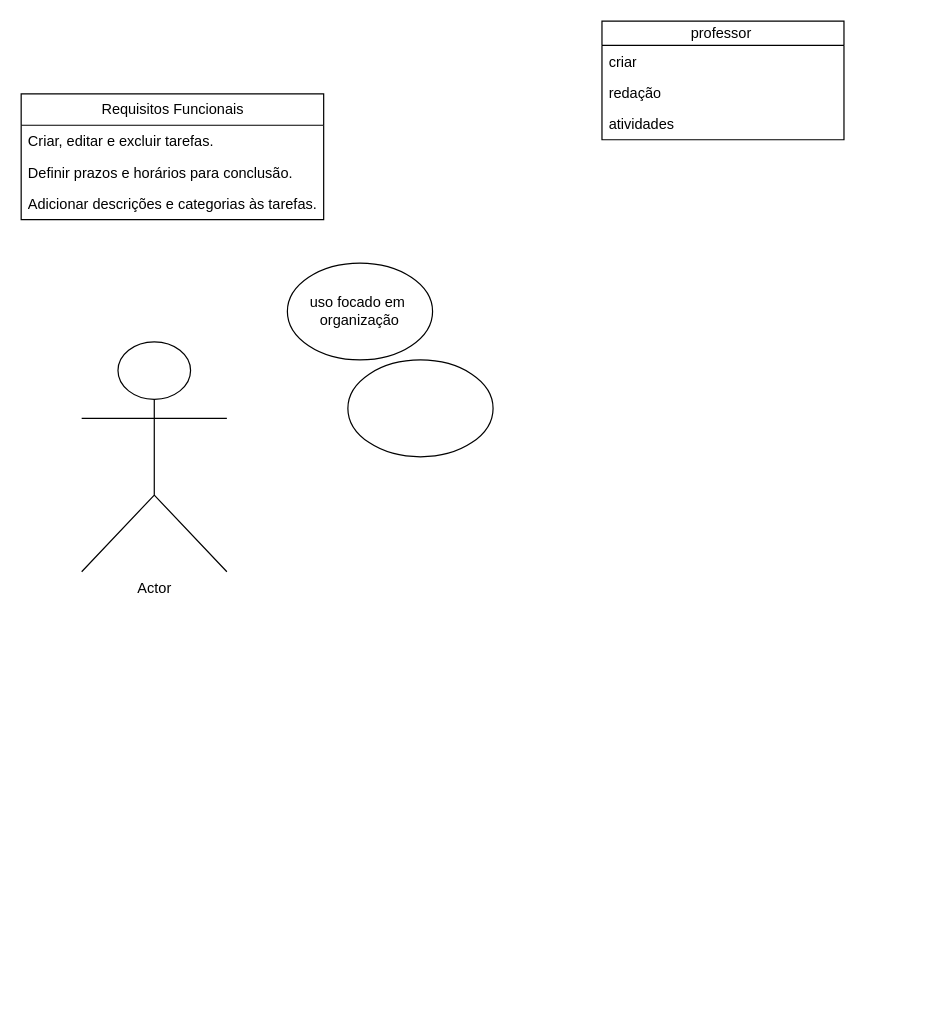
arthursostenes/diagramaderequisitos keeps this draw.io diagram as page "Página-5" (5 of 7) of aula.drawio. Above is the earlier version. Source tidied: cells renumbered, new cells numbered last; positions are measured from the earlier drawing's top-left corner, leaving out a move shared by most shapes. Both pictures are drawn from the tidied source at 121%, with x=0, y=0 at pixel (21, 21).
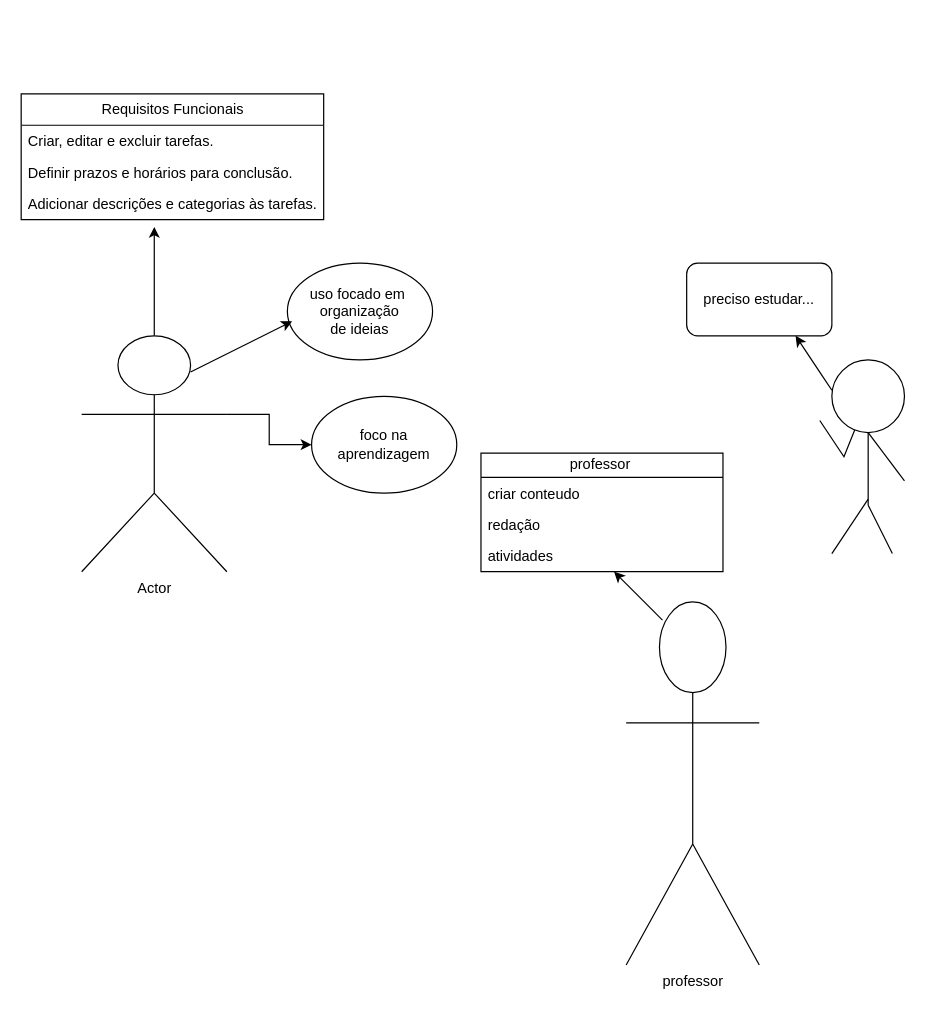
After the change.

What changed in the source:
```diff
@@
+    <mxCell id="13" style="edgeStyle=orthogonalEdgeStyle;rounded=0;jettySize=auto;html=1;exitX=1;exitY=0.3333333333333333;exitDx=0;exitDy=0;exitPerimeter=0;" parent="1" edge="1" source="2" target="12">
+      <mxGeometry relative="1" as="geometry" />
+    </mxCell>
+    <mxCell id="14" style="edgeStyle=orthogonalEdgeStyle;rounded=0;jettySize=auto;html=1;" parent="1" edge="1" source="2">
+      <mxGeometry relative="1" as="geometry">
+        <mxPoint x="110" y="170" as="targetPoint" />
+      </mxGeometry>
+    </mxCell>
     <mxCell id="2" value="Actor" style="shape=umlActor;verticalLabelPosition=bottom;verticalAlign=top;html=1;outlineConnect=0;" parent="1" vertex="1">
-      <mxGeometry x="50" y="265" width="120" height="190" as="geometry" />
+      <mxGeometry x="50" y="260" width="120" height="195" as="geometry" />
     </mxCell>
-    <mxCell id="3" value="uso focado em&amp;nbsp;&lt;div&gt;organização&lt;/div&gt;" style="ellipse;whiteSpace=wrap;html=1;" parent="1" vertex="1">
+    <mxCell id="3" value="uso focado em&amp;nbsp;&lt;div&gt;organização&lt;/div&gt;&lt;div&gt;de ideias&lt;/div&gt;" style="ellipse;whiteSpace=wrap;html=1;" parent="1" vertex="1">
       <mxGeometry x="220" y="200" width="120" height="80" as="geometry" />
     </mxCell>
@@
     <mxCell id="8" value="professor&amp;nbsp;" style="swimlane;fontStyle=0;horizontal=1;startSize=20;fillColor=none;html=1;" parent="1" vertex="1">
-      <mxGeometry x="480" width="200" height="98" as="geometry" />
+      <mxGeometry x="380" y="357" width="200" height="98" as="geometry" />
     </mxCell>
-    <mxCell id="9" value="criar" style="text;strokeColor=none;fillColor=none;align=left;verticalAlign=top;spacingLeft=4;spacingRight=4;overflow=hidden;whiteSpace=wrap;html=1;" parent="8" vertex="1">
+    <mxCell id="9" value="criar conteudo" style="text;strokeColor=none;fillColor=none;align=left;verticalAlign=top;spacingLeft=4;spacingRight=4;overflow=hidden;whiteSpace=wrap;html=1;" parent="8" vertex="1">
       <mxGeometry y="20" width="200" height="26" as="geometry" />
     </mxCell>
@@
-    <mxCell id="12" style="ellipse;whiteSpace=wrap;html=1;" parent="1" vertex="1">
-      <mxGeometry x="270" y="280" width="120" height="80" as="geometry" />
+    <mxCell id="12" value="foco na aprendizagem" style="ellipse;whiteSpace=wrap;html=1;" parent="1" vertex="1">
+      <mxGeometry x="240" y="310" width="120" height="80" as="geometry" />
     </mxCell>
+    <mxCell id="15" style="endArrow=classic;html=1;rounded=0;entryX=0.033;entryY=0.6;entryDx=0;entryDy=0;entryPerimeter=0;" parent="1" edge="1" target="3">
+      <mxGeometry relative="1" as="geometry">
+        <mxPoint x="140" y="290" as="sourcePoint" />
+      </mxGeometry>
+    </mxCell>
+    <mxCell id="16" style="endArrow=none;html=1;rounded=0;" parent="1" edge="1">
+      <mxGeometry relative="1" as="geometry">
+        <mxPoint x="670" y="440" as="sourcePoint" />
+        <mxPoint x="700" y="395" as="targetPoint" />
+      </mxGeometry>
+    </mxCell>
+    <mxCell id="17" style="endArrow=none;html=1;rounded=0;" parent="1" edge="1">
+      <mxGeometry relative="1" as="geometry">
+        <mxPoint x="720" y="440" as="sourcePoint" />
+        <mxPoint x="700" y="400" as="targetPoint" />
+      </mxGeometry>
+    </mxCell>
+    <mxCell id="18" style="endArrow=none;html=1;rounded=0;" parent="1" edge="1">
+      <mxGeometry relative="1" as="geometry">
+        <mxPoint x="700" y="400" as="sourcePoint" />
+        <mxPoint x="700" y="340" as="targetPoint" />
+      </mxGeometry>
+    </mxCell>
+    <mxCell id="19" style="endArrow=none;html=1;rounded=0;" parent="1" edge="1">
+      <mxGeometry relative="1" as="geometry">
+        <mxPoint x="730" y="380" as="sourcePoint" />
+        <mxPoint x="700" y="340" as="targetPoint" />
+      </mxGeometry>
+    </mxCell>
+    <mxCell id="20" style="endArrow=none;html=1;rounded=0;" parent="1" edge="1" target="21">
+      <mxGeometry relative="1" as="geometry">
+        <mxPoint x="660" y="330" as="sourcePoint" />
+        <Array as="points">
+          <mxPoint x="680" y="360" />
+        </Array>
+      </mxGeometry>
+    </mxCell>
+    <mxCell id="21" style="ellipse;whiteSpace=wrap;html=1;" parent="1" vertex="1">
+      <mxGeometry x="670" y="280" width="60" height="60" as="geometry" />
+    </mxCell>
+    <mxCell id="22" value="preciso estudar&lt;span style=&quot;background-color: transparent; color: light-dark(rgb(0, 0, 0), rgb(255, 255, 255));&quot;&gt;...&lt;/span&gt;" style="rounded=1;whiteSpace=wrap;html=1;" parent="1" vertex="1">
+      <mxGeometry x="550" y="200" width="120" height="60" as="geometry" />
+    </mxCell>
+    <mxCell id="23" style="endArrow=classic;html=1;rounded=0;" parent="1" edge="1">
+      <mxGeometry relative="1" as="geometry">
+        <mxPoint x="670" y="305" as="sourcePoint" />
+        <mxPoint x="640" y="260" as="targetPoint" />
+        <Array as="points">
+          <mxPoint x="660" y="290" />
+        </Array>
+      </mxGeometry>
+    </mxCell>
+    <mxCell id="24" value="professor" style="shape=umlActor;verticalLabelPosition=bottom;verticalAlign=top;html=1;" parent="1" vertex="1">
+      <mxGeometry x="500" y="480" width="110" height="300" as="geometry" />
+    </mxCell>
+    <mxCell id="25" style="endArrow=classic;html=1;rounded=0;" parent="1" edge="1">
+      <mxGeometry relative="1" as="geometry">
+        <mxPoint x="530" y="495" as="sourcePoint" />
+        <mxPoint x="490" y="455" as="targetPoint" />
+      </mxGeometry>
+    </mxCell>
```
